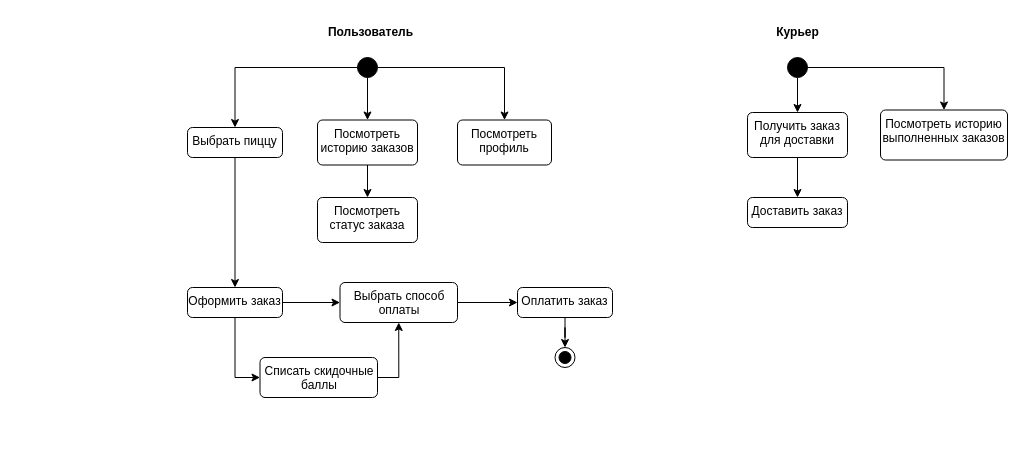
Earlier version of the draw.io diagram ДиаграммаАвтомата.drawio (hard-gainer/UML). Source tidied: cells renumbered, new cells numbered last; positions are measured from the earlier drawing's top-left corner, leaving out a move shared by most shapes. Both pictures are drawn from the tidied source at 100%, with x=0, y=0 at pixel (187, 17).
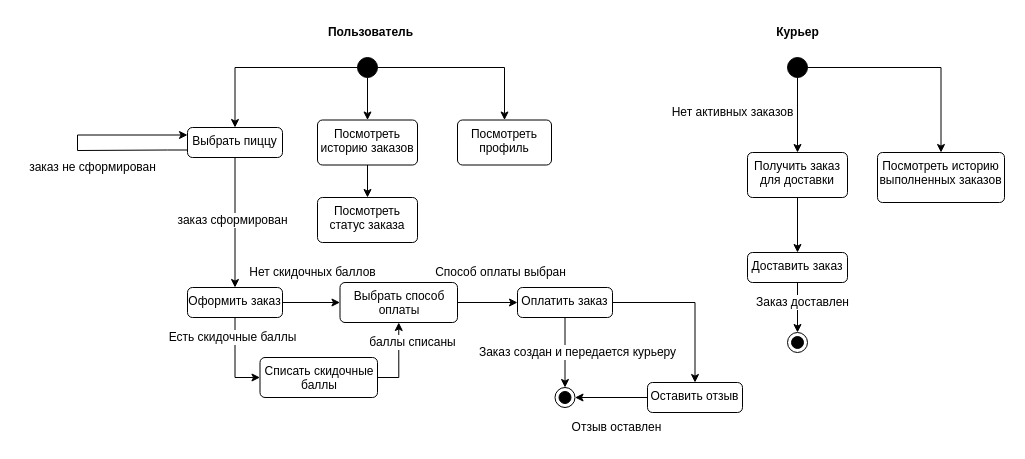
The same page after the edit.

Unchanged cells that the change refers to:
```xml
<mxCell id="8" value="Оплатить заказ" style="html=1;align=center;verticalAlign=top;rounded=1;absoluteArcSize=1;arcSize=10;dashed=0;whiteSpace=wrap;" parent="1" vertex="1">
  <mxGeometry x="330" y="270" width="95" height="30" as="geometry" />
</mxCell>
<mxCell id="10" value="Выбрать пиццу" style="html=1;align=center;verticalAlign=top;rounded=1;absoluteArcSize=1;arcSize=10;dashed=0;whiteSpace=wrap;" parent="1" vertex="1">
  <mxGeometry y="110" width="95" height="30" as="geometry" />
</mxCell>
```

What changed in the source:
```diff
@@
     <mxCell id="6" style="ellipse;html=1;shape=endState;fillColor=strokeColor;" parent="1" vertex="1">
-      <mxGeometry x="367.5" y="330" width="20" height="20" as="geometry" />
+      <mxGeometry x="367.5" y="370" width="20" height="20" as="geometry" />
     </mxCell>
-    <mxCell id="7" style="edgeStyle=orthogonalEdgeStyle;rounded=0;jettySize=auto;html=1;" parent="1" edge="1" source="8" target="6">
+    <mxCell id="7" style="edgeStyle=orthogonalEdgeStyle;rounded=0;jettySize=auto;html=1;entryX=0.5;entryY=0;entryDx=0;entryDy=0;" parent="1" edge="1" source="8" target="44">
       <mxGeometry relative="1" as="geometry" />
     </mxCell>
+    <mxCell id="31" style="edgeStyle=orthogonalEdgeStyle;rounded=0;jettySize=auto;html=1;entryX=0.5;entryY=0;entryDx=0;entryDy=0;" parent="1" edge="1" source="8" target="6">
+      <mxGeometry relative="1" as="geometry" />
+    </mxCell>
@@
     <mxCell id="28" value="Получить заказ для доставки" style="html=1;align=center;verticalAlign=top;rounded=1;absoluteArcSize=1;arcSize=10;dashed=0;whiteSpace=wrap;" parent="1" vertex="1">
-      <mxGeometry x="560" y="95" width="100" height="45" as="geometry" />
+      <mxGeometry x="560" y="135" width="100" height="45" as="geometry" />
     </mxCell>
+    <mxCell id="32" style="edgeStyle=orthogonalEdgeStyle;rounded=0;jettySize=auto;html=1;" parent="1" edge="1" source="29" target="45">
+      <mxGeometry relative="1" as="geometry" />
+    </mxCell>
     <mxCell id="29" value="Доставить заказ" style="html=1;align=center;verticalAlign=top;rounded=1;absoluteArcSize=1;arcSize=10;dashed=0;whiteSpace=wrap;" parent="1" vertex="1">
-      <mxGeometry x="560" y="180" width="100" height="30" as="geometry" />
+      <mxGeometry x="560" y="235" width="100" height="30" as="geometry" />
     </mxCell>
     <mxCell id="30" value="Посмотреть историю выполненных заказов" style="html=1;align=center;verticalAlign=top;rounded=1;absoluteArcSize=1;arcSize=10;dashed=0;whiteSpace=wrap;" parent="1" vertex="1">
-      <mxGeometry x="693" y="92.5" width="127" height="50" as="geometry" />
+      <mxGeometry x="690" y="135" width="127" height="50" as="geometry" />
     </mxCell>
+    <mxCell id="33" value="Нет активных заказов" style="text;html=1;align=center;verticalAlign=middle;strokeColor=none;fillColor=none;" parent="1" vertex="1">
+      <mxGeometry x="470" y="80" width="150" height="30" as="geometry" />
+    </mxCell>
+    <mxCell id="34" value="Есть скидочные баллы" style="text;html=1;align=center;verticalAlign=middle;strokeColor=none;fillColor=none;labelBackgroundColor=default;" parent="1" vertex="1">
+      <mxGeometry x="-30" y="305" width="150" height="30" as="geometry" />
+    </mxCell>
+    <mxCell id="35" value="Нет скидочных баллов" style="text;html=1;align=center;verticalAlign=middle;strokeColor=none;fillColor=none;" parent="1" vertex="1">
+      <mxGeometry x="50" y="240" width="150" height="30" as="geometry" />
+    </mxCell>
+    <mxCell id="36" value="Способ оплаты выбран" style="text;html=1;align=center;verticalAlign=middle;strokeColor=none;fillColor=none;" parent="1" vertex="1">
+      <mxGeometry x="237.5" y="240" width="150" height="30" as="geometry" />
+    </mxCell>
+    <mxCell id="37" value="баллы списаны" style="text;html=1;align=center;verticalAlign=middle;strokeColor=none;fillColor=none;labelBackgroundColor=default;" parent="1" vertex="1">
+      <mxGeometry x="170" y="310" width="110" height="30" as="geometry" />
+    </mxCell>
+    <mxCell id="38" value="заказ сформирован" style="text;html=1;align=center;verticalAlign=middle;strokeColor=none;fillColor=none;labelBackgroundColor=default;" parent="1" vertex="1">
+      <mxGeometry x="-20" y="187.5" width="130" height="30" as="geometry" />
+    </mxCell>
+    <mxCell id="39" style="edgeStyle=orthogonalEdgeStyle;rounded=0;orthogonalLoop=1;jettySize=auto;html=1;entryX=0;entryY=0.25;entryDx=0;entryDy=0;exitX=0;exitY=0.75;exitDx=0;exitDy=0;" parent="1" edge="1" source="10" target="10">
+      <mxGeometry relative="1" as="geometry">
+        <Array as="points">
+          <mxPoint x="-20" y="133" />
+          <mxPoint x="-110" y="133" />
+          <mxPoint x="-110" y="118" />
+        </Array>
+      </mxGeometry>
+    </mxCell>
+    <mxCell id="40" value="заказ не сформирован" style="text;html=1;align=center;verticalAlign=middle;strokeColor=none;fillColor=none;" parent="1" vertex="1">
+      <mxGeometry x="-170" y="135" width="150" height="30" as="geometry" />
+    </mxCell>
+    <mxCell id="41" value="Заказ доставлен" style="text;html=1;align=center;verticalAlign=middle;strokeColor=none;fillColor=none;labelBackgroundColor=default;" parent="1" vertex="1">
+      <mxGeometry x="555" y="270" width="120" height="30" as="geometry" />
+    </mxCell>
+    <mxCell id="42" value="Заказ создан и передается курьеру" style="text;html=1;align=center;verticalAlign=middle;strokeColor=none;fillColor=none;labelBackgroundColor=default;" parent="1" vertex="1">
+      <mxGeometry x="280" y="320" width="220" height="30" as="geometry" />
+    </mxCell>
+    <mxCell id="43" style="edgeStyle=orthogonalEdgeStyle;rounded=0;jettySize=auto;html=1;" parent="1" edge="1" source="44" target="6">
+      <mxGeometry relative="1" as="geometry" />
+    </mxCell>
+    <mxCell id="44" value="Оставить отзыв" style="html=1;align=center;verticalAlign=top;rounded=1;absoluteArcSize=1;arcSize=10;dashed=0;whiteSpace=wrap;" parent="1" vertex="1">
+      <mxGeometry x="460" y="365" width="95" height="30" as="geometry" />
+    </mxCell>
+    <mxCell id="45" style="ellipse;html=1;shape=endState;fillColor=strokeColor;" parent="1" vertex="1">
+      <mxGeometry x="600" y="315" width="20" height="20" as="geometry" />
+    </mxCell>
+    <mxCell id="46" value="Отзыв оставлен" style="text;html=1;align=center;verticalAlign=middle;strokeColor=none;fillColor=none;" parent="1" vertex="1">
+      <mxGeometry x="374" y="395" width="110" height="30" as="geometry" />
+    </mxCell>
```
